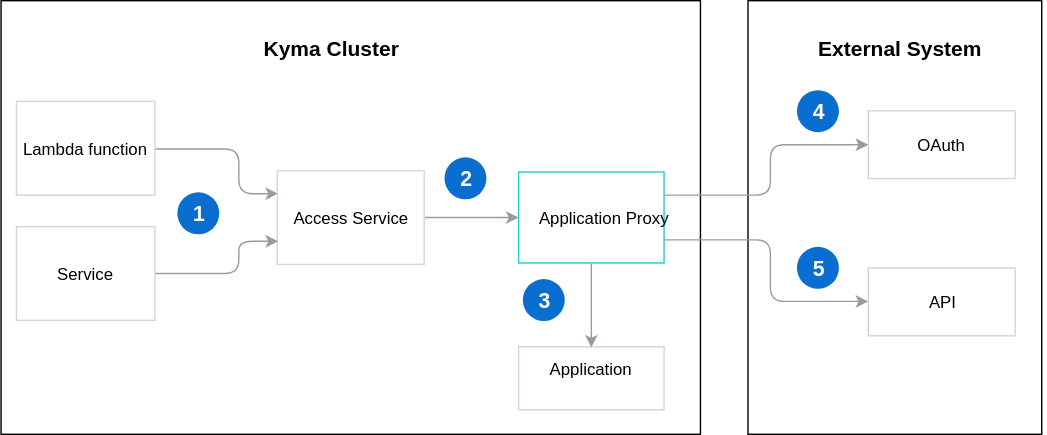
The draw.io diagram content/docs/master/application-connector/docs/assets/003-architecture-proxy-service.svg in kyma-project/website, before a commit. Source tidied: cells renumbered, new cells last; positions are measured from the earlier drawing's top-left corner, leaving out a move shared by most shapes. The source it was exported from:
```xml
<mxGraphModel background="#ffffff">
  <root>
    <mxCell id="0" />
    <mxCell id="1" parent="0" />
    <mxCell id="2" style="group;" parent="1" vertex="1">
      <mxGeometry x="534" width="210" height="310" as="geometry" />
    </mxCell>
    <mxCell id="3" style="rounded=0;whiteSpace=wrap;html=1;" parent="2" vertex="1">
      <mxGeometry width="210" height="310" as="geometry" />
    </mxCell>
    <mxCell id="4" value="OAuth" style="rounded=0;whiteSpace=wrap;html=1;strokeColor=#D2D5D9;" parent="2" vertex="1">
      <mxGeometry x="86" y="78.7" width="105" height="48.4" as="geometry" />
    </mxCell>
    <mxCell id="5" value="&lt;font style=&quot;font-size: 15px&quot;&gt;&lt;b&gt;External System&lt;/b&gt;&lt;/font&gt;" style="text;html=1;strokeColor=none;fillColor=none;align=center;verticalAlign=middle;whiteSpace=wrap;rounded=0;" parent="2" vertex="1">
      <mxGeometry x="2.5" y="21" width="210" height="26.9" as="geometry" />
    </mxCell>
    <mxCell id="6" value="API" style="rounded=0;whiteSpace=wrap;html=1;strokeColor=#D2D5D9;" parent="2" vertex="1">
      <mxGeometry x="86" y="191.2" width="105" height="48.4" as="geometry" />
    </mxCell>
    <mxCell id="7" value="&lt;h3&gt;&lt;font color=&quot;#ffffff&quot;&gt;4&lt;/font&gt;&lt;/h3&gt;" style="ellipse;whiteSpace=wrap;html=1;rounded=0;shadow=0;glass=0;comic=0;labelBackgroundColor=none;strokeColor=none;strokeWidth=1;fillColor=#0A6ED1;gradientColor=none;fontSize=13;fontColor=none;align=center;verticalAlign=middle;" parent="2" vertex="1">
      <mxGeometry x="35" y="63.5" width="30" height="30" as="geometry" />
    </mxCell>
    <mxCell id="8" value="&lt;h3&gt;&lt;font color=&quot;#ffffff&quot;&gt;5&lt;/font&gt;&lt;/h3&gt;" style="ellipse;whiteSpace=wrap;html=1;rounded=0;shadow=0;glass=0;comic=0;labelBackgroundColor=none;strokeColor=none;strokeWidth=1;fillColor=#0A6ED1;gradientColor=none;fontSize=13;fontColor=none;align=center;verticalAlign=middle;" parent="2" vertex="1">
      <mxGeometry x="35" y="176" width="30" height="30" as="geometry" />
    </mxCell>
    <mxCell id="9" style="group;fillColor=#ffffff;strokeColor=#D2D5D9;" parent="1" vertex="1">
      <mxGeometry width="500" height="310" as="geometry" />
    </mxCell>
    <mxCell id="10" style="group;" parent="9" vertex="1">
      <mxGeometry width="500" height="310" as="geometry" />
    </mxCell>
    <mxCell id="11" style="rounded=0;whiteSpace=wrap;html=1;" parent="10" vertex="1">
      <mxGeometry width="500" height="310" as="geometry" />
    </mxCell>
    <mxCell id="12" style="edgeStyle=orthogonalEdgeStyle;rounded=1;comic=0;html=1;exitX=1;exitY=0.5;entryX=0;entryY=0.25;jettySize=auto;strokeColor=#959CA4;" parent="10" edge="1" source="13" target="14">
      <mxGeometry relative="1" as="geometry">
        <Array as="points">
          <mxPoint x="170" y="106" />
          <mxPoint x="170" y="138" />
        </Array>
      </mxGeometry>
    </mxCell>
    <mxCell id="13" value="Lambda function" style="rounded=0;whiteSpace=wrap;html=1;strokeColor=#D2D5D9;" parent="10" vertex="1">
      <mxGeometry x="11" y="72" width="99" height="67" as="geometry" />
    </mxCell>
    <mxCell id="14" value="Access Service&lt;br&gt;" style="rounded=0;whiteSpace=wrap;html=1;strokeColor=#D2D5D9;" parent="10" vertex="1">
      <mxGeometry x="197.5" y="121.5" width="105" height="67" as="geometry" />
    </mxCell>
    <mxCell id="15" style="edgeStyle=orthogonalEdgeStyle;rounded=1;comic=0;html=1;exitX=1;exitY=0.5;entryX=0;entryY=0.5;jettySize=auto;strokeColor=#959CA4;" parent="10" edge="1" source="14" target="16">
      <mxGeometry relative="1" as="geometry" />
    </mxCell>
    <mxCell id="16" value="Proxy Service" style="rounded=0;whiteSpace=wrap;html=1;strokeColor=#24CACC;" parent="10" vertex="1">
      <mxGeometry x="370" y="122.5" width="104" height="65" as="geometry" />
    </mxCell>
    <mxCell id="17" value="&lt;font style=&quot;font-size: 15px&quot;&gt;&lt;b&gt;Kyma Cluster&lt;/b&gt;&lt;/font&gt;" style="text;html=1;strokeColor=none;fillColor=none;align=center;verticalAlign=middle;whiteSpace=wrap;rounded=0;" parent="10" vertex="1">
      <mxGeometry x="126.3" y="17.2" width="221.1" height="34.4" as="geometry" />
    </mxCell>
    <mxCell id="18" value="Remote Environment" style="rounded=0;whiteSpace=wrap;html=1;strokeColor=#D2D5D9;" parent="10" vertex="1">
      <mxGeometry x="370" y="247.5" width="104" height="45" as="geometry" />
    </mxCell>
    <mxCell id="19" style="endArrow=classic;html=1;exitX=0.5;exitY=1;entryX=0.5;entryY=0;strokeColor=#959CA4;" parent="10" edge="1" source="16" target="18">
      <mxGeometry relative="1" as="geometry" />
    </mxCell>
    <mxCell id="20" value="&lt;h3&gt;&lt;font color=&quot;#ffffff&quot;&gt;1&lt;/font&gt;&lt;/h3&gt;" style="ellipse;whiteSpace=wrap;html=1;rounded=0;shadow=0;glass=0;comic=0;labelBackgroundColor=none;strokeColor=none;strokeWidth=1;fillColor=#0A6ED1;gradientColor=none;fontSize=13;fontColor=none;align=center;verticalAlign=middle;" parent="10" vertex="1">
      <mxGeometry x="126.3" y="136.5" width="30" height="30" as="geometry" />
    </mxCell>
    <mxCell id="21" value="&lt;h3&gt;&lt;font color=&quot;#ffffff&quot;&gt;2&lt;/font&gt;&lt;/h3&gt;" style="ellipse;whiteSpace=wrap;html=1;rounded=0;shadow=0;glass=0;comic=0;labelBackgroundColor=none;strokeColor=none;strokeWidth=1;fillColor=#0A6ED1;gradientColor=none;fontSize=13;fontColor=none;align=center;verticalAlign=middle;" parent="10" vertex="1">
      <mxGeometry x="317.2" y="112" width="30" height="30" as="geometry" />
    </mxCell>
    <mxCell id="22" value="&lt;h3&gt;&lt;font color=&quot;#ffffff&quot;&gt;3&lt;/font&gt;&lt;/h3&gt;" style="ellipse;whiteSpace=wrap;html=1;rounded=0;shadow=0;glass=0;comic=0;labelBackgroundColor=none;strokeColor=none;strokeWidth=1;fillColor=#0A6ED1;gradientColor=none;fontSize=13;fontColor=none;align=center;verticalAlign=middle;" parent="10" vertex="1">
      <mxGeometry x="372.9" y="198.5" width="30" height="30" as="geometry" />
    </mxCell>
    <mxCell id="23" style="edgeStyle=orthogonalEdgeStyle;rounded=1;comic=0;html=1;exitX=1;exitY=0.5;entryX=0;entryY=0.75;jettySize=auto;strokeColor=#959CA4;" parent="10" edge="1" source="24" target="14">
      <mxGeometry relative="1" as="geometry">
        <Array as="points">
          <mxPoint x="170" y="195" />
          <mxPoint x="170" y="172" />
        </Array>
      </mxGeometry>
    </mxCell>
    <mxCell id="24" value="Service" style="rounded=0;whiteSpace=wrap;html=1;strokeColor=#D2D5D9;gradientColor=#ffffff;" parent="10" vertex="1">
      <mxGeometry x="11" y="161.5" width="99" height="67" as="geometry" />
    </mxCell>
    <mxCell id="25" style="edgeStyle=orthogonalEdgeStyle;rounded=1;comic=0;html=1;exitX=1;exitY=0.25;jettySize=auto;strokeColor=#959CA4;" parent="1" edge="1" source="16" target="4">
      <mxGeometry relative="1" as="geometry">
        <Array as="points">
          <mxPoint x="550" y="139" />
          <mxPoint x="550" y="103" />
        </Array>
      </mxGeometry>
    </mxCell>
    <mxCell id="26" style="edgeStyle=orthogonalEdgeStyle;rounded=1;comic=0;html=1;exitX=1;exitY=0.75;entryX=0;entryY=0.5;jettySize=auto;strokeColor=#959CA4;" parent="1" edge="1" source="16" target="6">
      <mxGeometry relative="1" as="geometry">
        <Array as="points">
          <mxPoint x="550" y="171" />
          <mxPoint x="550" y="215" />
        </Array>
      </mxGeometry>
    </mxCell>
  </root>
</mxGraphModel>
```
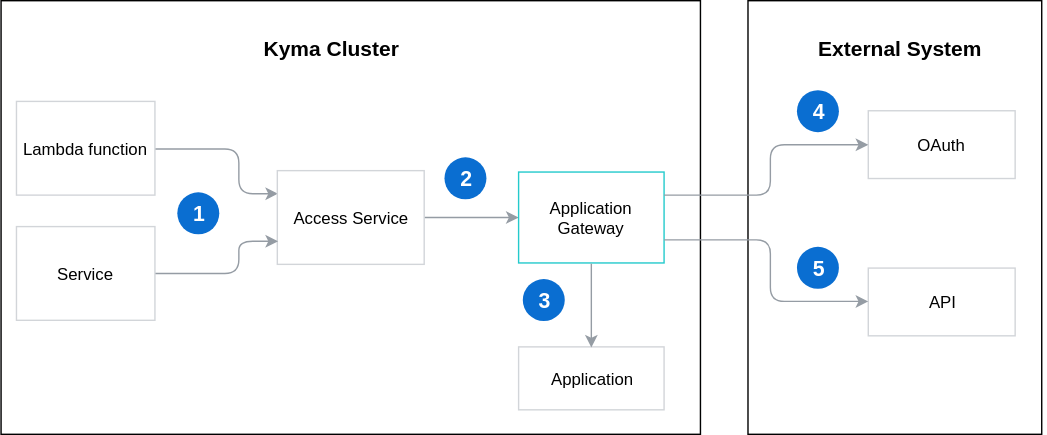
After the change.

Diff of the diagram source:
```diff
@@ -49,13 +49,13 @@
     <mxCell id="15" style="edgeStyle=orthogonalEdgeStyle;rounded=1;comic=0;html=1;exitX=1;exitY=0.5;entryX=0;entryY=0.5;jettySize=auto;strokeColor=#959CA4;" parent="10" edge="1" source="14" target="16">
       <mxGeometry relative="1" as="geometry" />
     </mxCell>
-    <mxCell id="16" value="Proxy Service" style="rounded=0;whiteSpace=wrap;html=1;strokeColor=#24CACC;" parent="10" vertex="1">
+    <mxCell id="16" value="Application Gateway" style="rounded=0;whiteSpace=wrap;html=1;strokeColor=#24CACC;" parent="10" vertex="1">
       <mxGeometry x="370" y="122.5" width="104" height="65" as="geometry" />
     </mxCell>
     <mxCell id="17" value="&lt;font style=&quot;font-size: 15px&quot;&gt;&lt;b&gt;Kyma Cluster&lt;/b&gt;&lt;/font&gt;" style="text;html=1;strokeColor=none;fillColor=none;align=center;verticalAlign=middle;whiteSpace=wrap;rounded=0;" parent="10" vertex="1">
       <mxGeometry x="126.3" y="17.2" width="221.1" height="34.4" as="geometry" />
     </mxCell>
-    <mxCell id="18" value="Remote Environment" style="rounded=0;whiteSpace=wrap;html=1;strokeColor=#D2D5D9;" parent="10" vertex="1">
+    <mxCell id="18" value="Application" style="rounded=0;whiteSpace=wrap;html=1;strokeColor=#D2D5D9;" parent="10" vertex="1">
       <mxGeometry x="370" y="247.5" width="104" height="45" as="geometry" />
     </mxCell>
     <mxCell id="19" style="endArrow=classic;html=1;exitX=0.5;exitY=1;entryX=0.5;entryY=0;strokeColor=#959CA4;" parent="10" edge="1" source="16" target="18">
```
